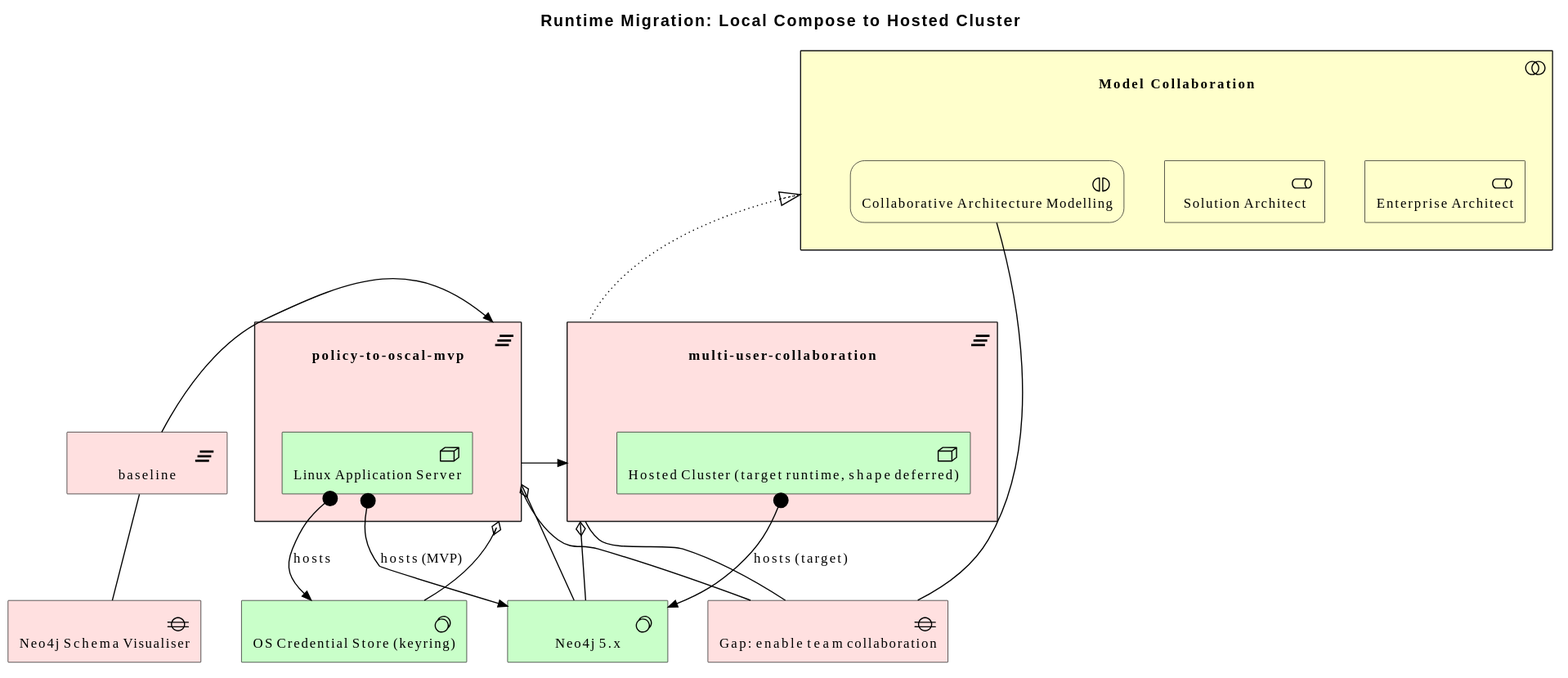
This is architecture/model/diagrams/migration/runtime.svg from wolffy-au/frictionless-architect, a PlantUML export, as it was before one commit.
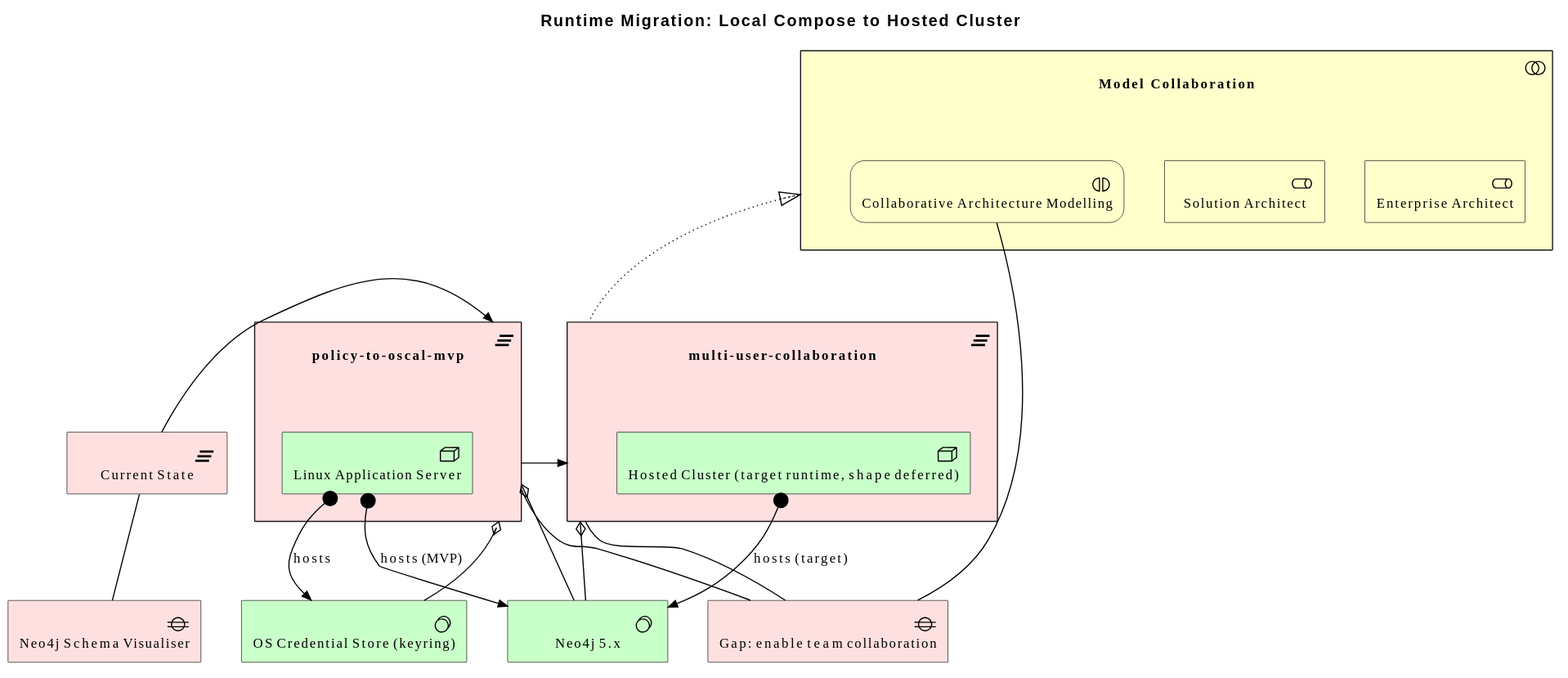
The same file after the commit.

Commit message:
refactor(model): rename the baseline Plateau to Current State

Change to the diagram source:
```diff
@@ -8,7 +8,7 @@
   Business_Role(e_ide2cb7f3efa6256, "Solution Architect")
   Business_Interaction(e_ida5ff14a2a5eb53, "Collaborative Architecture Modelling")
 }
-Implementation_Plateau(e_id4accde76fa5858, "baseline")
+Implementation_Plateau(e_id4accde76fa5858, "Current State")
 Technology_SystemSoftware(e_id625e631f1f715e, "Neo4j 5.x")
 Technology_SystemSoftware(e_id35bf5bb401c95c, "OS Credential Store (keyring)")
 Implementation_Gap(e_id957bea8a8f2755, "Neo4j Schema Visualiser")
```
